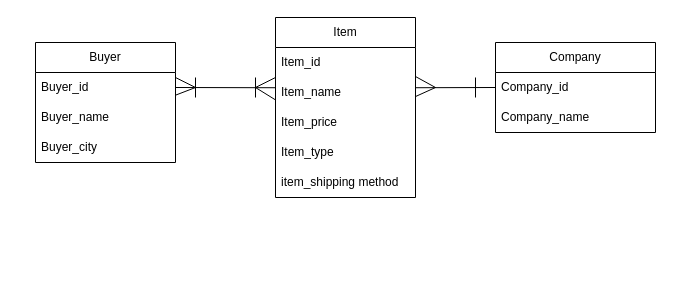
The draw.io diagram 未命名绘图.drawio in Jessica936/DB, before the edit. Source tidied: cells renumbered, new cells numbered last; positions are measured from the earlier drawing's top-left corner, leaving out a move shared by most shapes. Both pictures are drawn from the tidied source at 100%, with x=0, y=0 at pixel (35, 17).
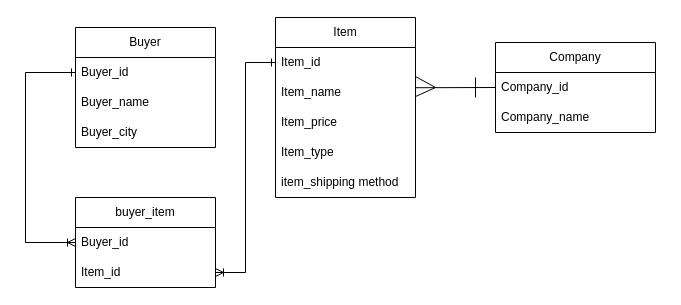
The same page after the edit.

Commit message:
更新未命名绘图.drawio

The change refers to these unchanged cells:
```xml
<mxCell id="3" value="Buyer_id" style="text;strokeColor=none;fillColor=none;align=left;verticalAlign=middle;spacingLeft=4;spacingRight=4;overflow=hidden;points=[[0,0.5],[1,0.5]];portConstraint=eastwest;whiteSpace=wrap;html=1;" parent="2" vertex="1">
  <mxGeometry y="30" width="140" height="30" as="geometry" />
</mxCell>
<mxCell id="12" value="Item_id" style="text;strokeColor=none;fillColor=none;align=left;verticalAlign=middle;spacingLeft=4;spacingRight=4;overflow=hidden;points=[[0,0.5],[1,0.5]];portConstraint=eastwest;whiteSpace=wrap;html=1;" parent="11" vertex="1">
  <mxGeometry y="30" width="140" height="30" as="geometry" />
</mxCell>
<mxCell id="13" value="Item_name" style="text;strokeColor=none;fillColor=none;align=left;verticalAlign=middle;spacingLeft=4;spacingRight=4;overflow=hidden;points=[[0,0.5],[1,0.5]];portConstraint=eastwest;whiteSpace=wrap;html=1;" parent="11" vertex="1">
  <mxGeometry y="60" width="140" height="30" as="geometry" />
</mxCell>
```

Change to the diagram source:
```diff
@@
     <mxCell id="2" value="Buyer" style="swimlane;fontStyle=0;horizontal=1;startSize=30;whiteSpace=wrap;html=1;" parent="1" vertex="1">
-      <mxGeometry y="25" width="140" height="120" as="geometry" />
+      <mxGeometry x="40" y="10" width="140" height="120" as="geometry" />
     </mxCell>
@@
-    <mxCell id="4" style="endArrow=none;html=1;rounded=0;exitX=0.999;exitY=0.758;exitDx=0;exitDy=0;exitPerimeter=0;" parent="2" edge="1" source="3">
-      <mxGeometry relative="1" as="geometry">
-        <mxPoint x="140" y="35" as="targetPoint" />
-        <Array as="points">
-          <mxPoint x="160" y="45" />
-        </Array>
-      </mxGeometry>
-    </mxCell>
@@
-    <mxCell id="18" style="endArrow=none;html=1;rounded=0;exitX=1;exitY=0.5;exitDx=0;exitDy=0;entryX=-0.002;entryY=0.341;entryDx=0;entryDy=0;entryPerimeter=0;" parent="1" edge="1" source="3" target="13">
-      <mxGeometry relative="1" as="geometry" />
-    </mxCell>
-    <mxCell id="19" style="endArrow=none;html=1;rounded=0;" parent="1" edge="1">
-      <mxGeometry relative="1" as="geometry">
-        <mxPoint x="220" y="70" as="sourcePoint" />
-        <mxPoint x="240" y="60" as="targetPoint" />
-      </mxGeometry>
-    </mxCell>
-    <mxCell id="20" style="endArrow=none;html=1;rounded=0;entryX=-0.002;entryY=0.741;entryDx=0;entryDy=0;entryPerimeter=0;" parent="1" edge="1" target="13">
-      <mxGeometry relative="1" as="geometry">
-        <mxPoint x="220" y="70" as="sourcePoint" />
-      </mxGeometry>
-    </mxCell>
-    <mxCell id="21" style="endArrow=none;html=1;rounded=0;" parent="1" edge="1">
-      <mxGeometry relative="1" as="geometry">
-        <mxPoint x="220" y="80" as="sourcePoint" />
-        <mxPoint x="220" y="60" as="targetPoint" />
-      </mxGeometry>
-    </mxCell>
-    <mxCell id="22" style="endArrow=none;html=1;rounded=0;" parent="1" edge="1">
-      <mxGeometry relative="1" as="geometry">
-        <mxPoint x="160" y="60" as="sourcePoint" />
-        <mxPoint x="160" y="80" as="targetPoint" />
-      </mxGeometry>
-    </mxCell>
@@
+    <mxCell id="27" value="buyer_item" style="swimlane;fontStyle=0;horizontal=1;startSize=30;whiteSpace=wrap;html=1;" parent="1" vertex="1">
+      <mxGeometry x="40" y="180" width="140" height="90" as="geometry" />
+    </mxCell>
+    <mxCell id="28" value="Buyer_id" style="text;strokeColor=none;fillColor=none;align=left;verticalAlign=middle;spacingLeft=4;spacingRight=4;overflow=hidden;points=[[0,0.5],[1,0.5]];portConstraint=eastwest;whiteSpace=wrap;html=1;" parent="27" vertex="1">
+      <mxGeometry y="30" width="140" height="30" as="geometry" />
+    </mxCell>
+    <mxCell id="29" value="Item_id" style="text;strokeColor=none;fillColor=none;align=left;verticalAlign=middle;spacingLeft=4;spacingRight=4;overflow=hidden;points=[[0,0.5],[1,0.5]];portConstraint=eastwest;whiteSpace=wrap;html=1;" parent="27" vertex="1">
+      <mxGeometry y="60" width="140" height="30" as="geometry" />
+    </mxCell>
+    <mxCell id="30" style="edgeStyle=entityRelationEdgeStyle;fontSize=12;html=1;endArrow=ERoneToMany;rounded=0;entryX=1;entryY=0.5;entryDx=0;entryDy=0;exitX=0;exitY=0.5;exitDx=0;exitDy=0;startArrow=ERone;startFill=0;" parent="1" edge="1" source="12" target="29">
+      <mxGeometry relative="1" as="geometry" />
+    </mxCell>
+    <mxCell id="31" style="edgeStyle=elbowEdgeStyle;rounded=0;jettySize=auto;html=1;exitX=0;exitY=0.5;exitDx=0;exitDy=0;entryX=0;entryY=0.5;entryDx=0;entryDy=0;startArrow=ERone;startFill=0;endArrow=ERoneToMany;endFill=0;" parent="1" edge="1" source="3" target="28">
+      <mxGeometry relative="1" as="geometry">
+        <Array as="points">
+          <mxPoint x="-10" y="140" />
+        </Array>
+      </mxGeometry>
+    </mxCell>
```
